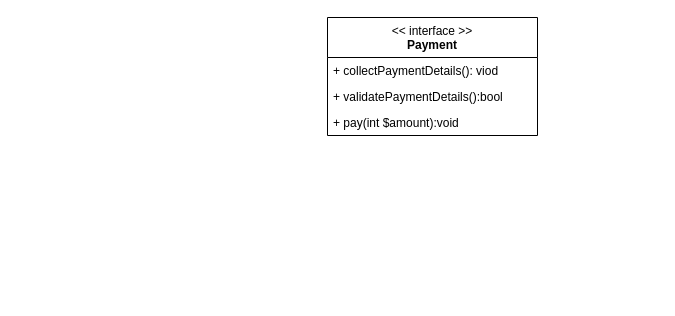
Above: strategy-payment.drawio in joelau71/uml (draw.io), before the change. Source tidied: cells renumbered, new cells numbered last; positions are measured from the earlier drawing's top-left corner, leaving out a move shared by most shapes. Both pictures are drawn from the tidied source at 100%, with x=0, y=0 at pixel (327, 17).
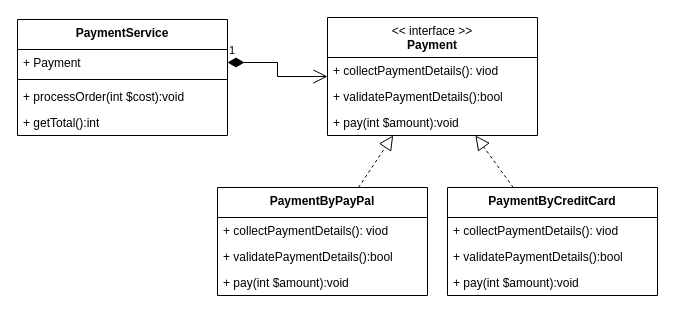
The same diagram, later.

The change refers to these unchanged cells:
```xml
<mxCell id="2" value="&lt;span style=&quot;font-weight: normal;&quot;&gt;&amp;lt;&amp;lt; interface &amp;gt;&amp;gt;&lt;br&gt;&lt;/span&gt;Payment" style="swimlane;fontStyle=1;align=center;verticalAlign=top;horizontal=1;startSize=40;whiteSpace=wrap;html=1;" parent="1" vertex="1">
  <mxGeometry width="210" height="118" as="geometry" />
</mxCell>
```

Diff of the diagram source:
```diff
@@
+    <mxCell id="6" value="PaymentByPayPal" style="swimlane;fontStyle=1;align=center;verticalAlign=top;horizontal=1;startSize=30;whiteSpace=wrap;html=1;" parent="1" vertex="1">
+      <mxGeometry x="-110" y="170" width="210" height="108" as="geometry" />
+    </mxCell>
+    <mxCell id="7" value="+ collectPaymentDetails(): viod" style="text;strokeColor=none;fillColor=none;align=left;verticalAlign=top;spacingLeft=4;spacingRight=4;overflow=hidden;whiteSpace=wrap;html=1;" parent="6" vertex="1">
+      <mxGeometry y="30" width="210" height="26" as="geometry" />
+    </mxCell>
+    <mxCell id="8" value="+ validatePaymentDetails():bool" style="text;strokeColor=none;fillColor=none;align=left;verticalAlign=top;spacingLeft=4;spacingRight=4;overflow=hidden;whiteSpace=wrap;html=1;" parent="6" vertex="1">
+      <mxGeometry y="56" width="210" height="26" as="geometry" />
+    </mxCell>
+    <mxCell id="9" value="+ pay(int $amount):void" style="text;strokeColor=none;fillColor=none;align=left;verticalAlign=top;spacingLeft=4;spacingRight=4;overflow=hidden;whiteSpace=wrap;html=1;" parent="6" vertex="1">
+      <mxGeometry y="82" width="210" height="26" as="geometry" />
+    </mxCell>
+    <mxCell id="10" value="PaymentByCreditCard" style="swimlane;fontStyle=1;align=center;verticalAlign=top;horizontal=1;startSize=30;whiteSpace=wrap;html=1;" parent="1" vertex="1">
+      <mxGeometry x="120" y="170" width="210" height="108" as="geometry" />
+    </mxCell>
+    <mxCell id="11" value="+ collectPaymentDetails(): viod" style="text;strokeColor=none;fillColor=none;align=left;verticalAlign=top;spacingLeft=4;spacingRight=4;overflow=hidden;whiteSpace=wrap;html=1;" parent="10" vertex="1">
+      <mxGeometry y="30" width="210" height="26" as="geometry" />
+    </mxCell>
+    <mxCell id="12" value="+ validatePaymentDetails():bool" style="text;strokeColor=none;fillColor=none;align=left;verticalAlign=top;spacingLeft=4;spacingRight=4;overflow=hidden;whiteSpace=wrap;html=1;" parent="10" vertex="1">
+      <mxGeometry y="56" width="210" height="26" as="geometry" />
+    </mxCell>
+    <mxCell id="13" value="+ pay(int $amount):void" style="text;strokeColor=none;fillColor=none;align=left;verticalAlign=top;spacingLeft=4;spacingRight=4;overflow=hidden;whiteSpace=wrap;html=1;" parent="10" vertex="1">
+      <mxGeometry y="82" width="210" height="26" as="geometry" />
+    </mxCell>
+    <mxCell id="14" style="endArrow=block;dashed=1;endFill=0;endSize=12;html=1;rounded=0;" parent="1" edge="1" source="10" target="2">
+      <mxGeometry relative="1" as="geometry" />
+    </mxCell>
+    <mxCell id="15" style="endArrow=block;dashed=1;endFill=0;endSize=12;html=1;rounded=0;" parent="1" edge="1" source="6" target="2">
+      <mxGeometry relative="1" as="geometry" />
+    </mxCell>
+    <mxCell id="16" value="PaymentService" style="swimlane;fontStyle=1;align=center;verticalAlign=top;horizontal=1;startSize=30;whiteSpace=wrap;html=1;" parent="1" vertex="1">
+      <mxGeometry x="-310" y="2" width="210" height="116" as="geometry" />
+    </mxCell>
+    <mxCell id="17" value="+ Payment" style="text;strokeColor=none;fillColor=none;align=left;verticalAlign=top;spacingLeft=4;spacingRight=4;overflow=hidden;points=[[0,0.5],[1,0.5]];portConstraint=eastwest;whiteSpace=wrap;html=1;" parent="16" vertex="1">
+      <mxGeometry y="30" width="210" height="26" as="geometry" />
+    </mxCell>
+    <mxCell id="18" style="line;strokeWidth=1;fillColor=none;align=left;verticalAlign=middle;spacingTop=-1;spacingLeft=3;spacingRight=3;labelPosition=right;strokeColor=inherit;" parent="16" vertex="1">
+      <mxGeometry y="56" width="210" height="8" as="geometry" />
+    </mxCell>
+    <mxCell id="19" value="+ processOrder(int $cost):void" style="text;strokeColor=none;fillColor=none;align=left;verticalAlign=top;spacingLeft=4;spacingRight=4;overflow=hidden;whiteSpace=wrap;html=1;" parent="16" vertex="1">
+      <mxGeometry y="64" width="210" height="26" as="geometry" />
+    </mxCell>
+    <mxCell id="20" value="+ getTotal():int" style="text;strokeColor=none;fillColor=none;align=left;verticalAlign=top;spacingLeft=4;spacingRight=4;overflow=hidden;whiteSpace=wrap;html=1;" parent="16" vertex="1">
+      <mxGeometry y="90" width="210" height="26" as="geometry" />
+    </mxCell>
+    <mxCell id="21" value="1" style="endArrow=open;html=1;endSize=12;startArrow=diamondThin;startSize=14;startFill=1;edgeStyle=orthogonalEdgeStyle;align=left;verticalAlign=bottom;rounded=0;" parent="1" edge="1" source="17" target="2">
+      <mxGeometry x="-1" y="3" relative="1" as="geometry" />
+    </mxCell>
```
